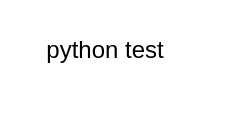
Earlier version of the draw.io diagram test_draw.drawio (ConlinLee/homework-python-github). Source tidied: cells renumbered, new cells numbered last; positions are measured from the earlier drawing's top-left corner, leaving out a move shared by most shapes. Both pictures are drawn from the tidied source at 200%, with x=0, y=0 at pixel (34, 34).
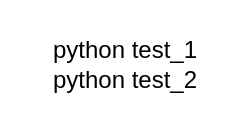
After the change.

Diff of the diagram source:
```diff
@@
 <mxGraphModel>
   <root>
     <mxCell id="0" />
     <mxCell id="1" parent="0" />
-    <mxCell id="2" value="python test&lt;br&gt;&lt;br&gt;" style="text;html=1;align=center;verticalAlign=middle;fillColor=none;strokeColor=none;rounded=0;" parent="1" vertex="1">
-      <mxGeometry width="70" height="30" as="geometry" />
+    <mxCell id="2" value="python test_1&lt;br&gt;python test_2&lt;br&gt;" style="text;html=1;align=center;verticalAlign=middle;fillColor=none;strokeColor=none;rounded=0;" parent="1" vertex="1">
+      <mxGeometry width="90" height="30" as="geometry" />
     </mxCell>
   </root>
 </mxGraphModel>
```
